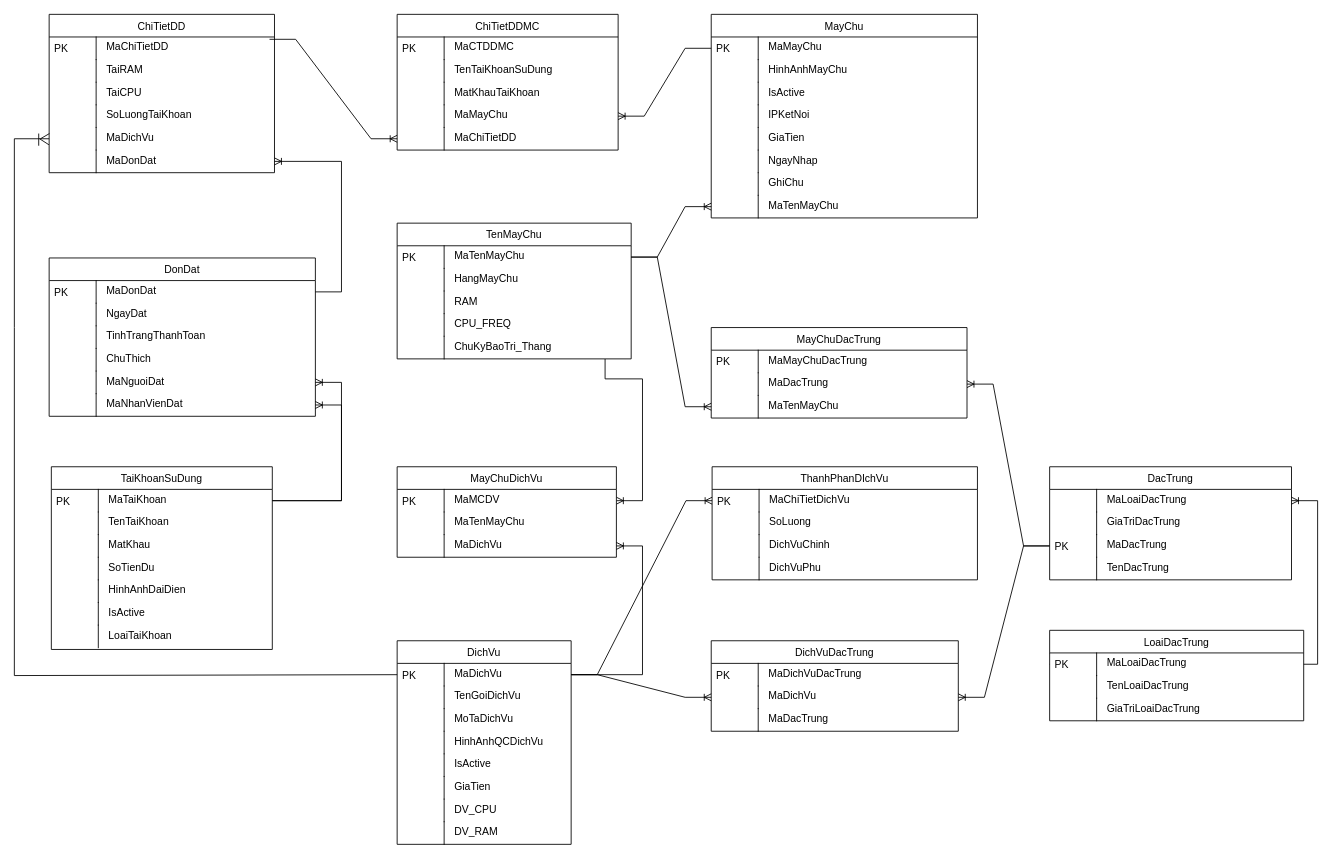
This is erd.drawio from frozenproof/dactaphanmem, a draw.io file, before an edit. Source tidied: cells renumbered, new cells numbered last; positions are measured from the earlier drawing's top-left corner, leaving out a move shared by most shapes. Both pictures are drawn from the tidied source at 87%, with x=0, y=0 at pixel (14, 14).
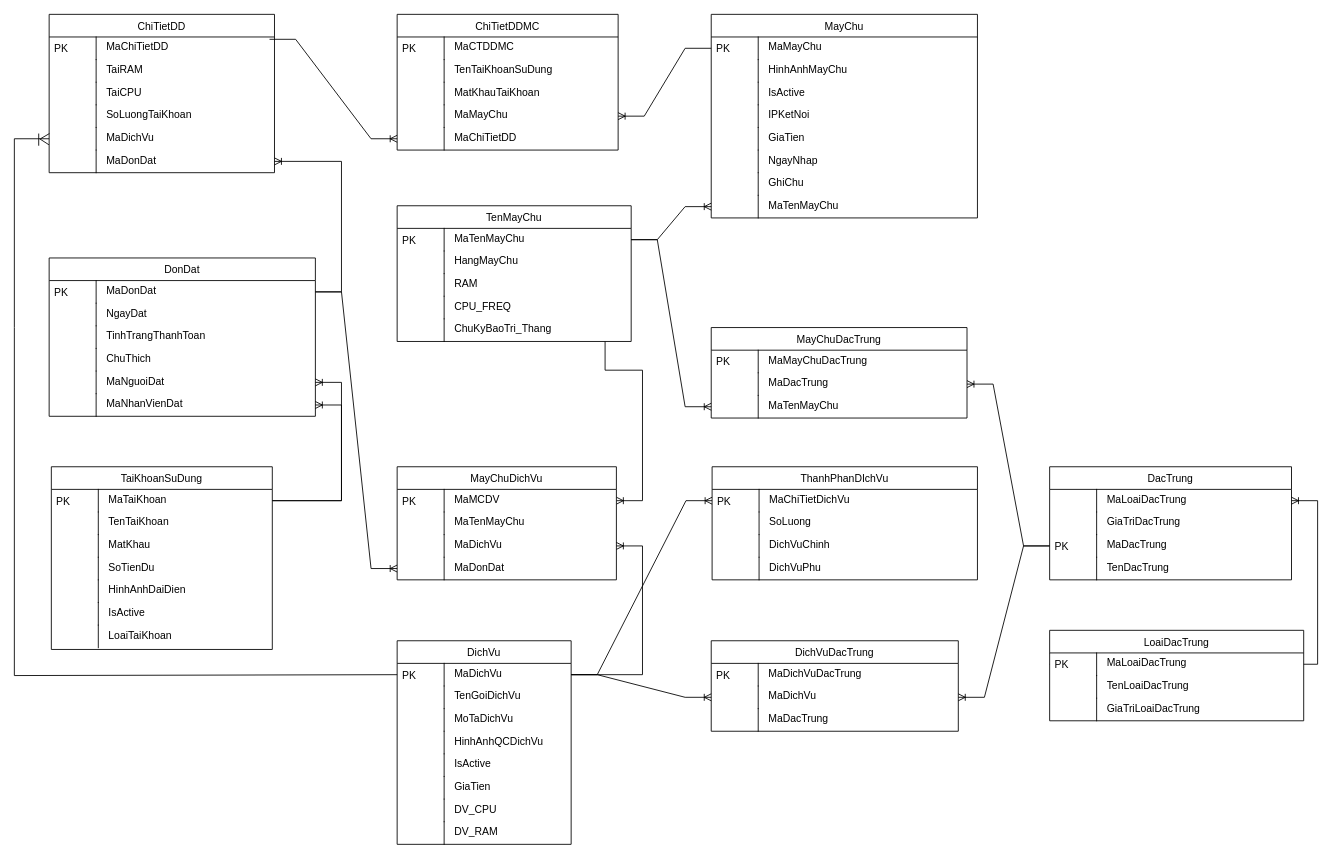
After the change.

Unchanged cells that the change refers to:
```xml
<mxCell id="4" value="MaDichVu" style="shape=partialRectangle;top=0;left=0;right=0;bottom=0;align=left;verticalAlign=top;spacingTop=-2;fillColor=none;spacingLeft=64;spacingRight=4;overflow=hidden;points=[[0,0.5],[1,0.5]];portConstraint=eastwest;" parent="3" vertex="1">
  <mxGeometry y="26" width="200" height="26" as="geometry" />
</mxCell>
<mxCell id="47" value="MaDonDat" style="shape=partialRectangle;top=0;left=0;right=0;bottom=0;align=left;verticalAlign=top;spacingTop=-2;fillColor=none;spacingLeft=64;spacingRight=4;overflow=hidden;points=[[0,0.5],[1,0.5]];portConstraint=eastwest;" parent="46" vertex="1">
  <mxGeometry y="26" width="306" height="26" as="geometry" />
</mxCell>
```

Change to the diagram source:
```diff
@@
     <mxCell id="35" value="TenMayChu" style="swimlane;fontStyle=0;horizontal=1;startSize=26;fillColor=default;swimlaneFillColor=default;align=center;" parent="1" vertex="1">
-      <mxGeometry x="440" y="240" width="269" height="156" as="geometry" />
+      <mxGeometry x="440" y="220" width="269" height="156" as="geometry" />
     </mxCell>
@@
     <mxCell id="68" value="MayChuDichVu" style="swimlane;fontStyle=0;horizontal=1;startSize=26;fillColor=default;swimlaneFillColor=default;align=center;" parent="1" vertex="1">
-      <mxGeometry x="440" y="520" width="252" height="104" as="geometry" />
+      <mxGeometry x="440" y="520" width="252" height="130" as="geometry" />
     </mxCell>
@@
+    <mxCell id="163" value="MaDichVu" style="shape=partialRectangle;top=0;left=0;right=0;bottom=0;align=left;verticalAlign=top;spacingTop=-2;fillColor=none;spacingLeft=64;spacingRight=4;overflow=hidden;points=[[0,0.5],[1,0.5]];portConstraint=eastwest;" parent="68" vertex="1">
+      <mxGeometry y="78" width="252" height="26" as="geometry" />
+    </mxCell>
+    <mxCell id="164" style="shape=partialRectangle;top=0;left=0;bottom=0;fillColor=none;align=left;verticalAlign=middle;spacingLeft=4;spacingRight=4;overflow=hidden;" parent="163" vertex="1">
+      <mxGeometry width="54" height="26" as="geometry" />
+    </mxCell>
-    <mxCell id="73" value="MaDichVu" style="shape=partialRectangle;top=0;left=0;right=0;bottom=0;align=left;verticalAlign=top;spacingTop=-2;fillColor=none;spacingLeft=64;spacingRight=4;overflow=hidden;points=[[0,0.5],[1,0.5]];portConstraint=eastwest;" parent="68" vertex="1">
-      <mxGeometry y="78" width="252" height="26" as="geometry" />
+    <mxCell id="73" value="MaDonDat" style="shape=partialRectangle;top=0;left=0;right=0;bottom=0;align=left;verticalAlign=top;spacingTop=-2;fillColor=none;spacingLeft=64;spacingRight=4;overflow=hidden;points=[[0,0.5],[1,0.5]];portConstraint=eastwest;" parent="68" vertex="1">
+      <mxGeometry y="104" width="252" height="26" as="geometry" />
     </mxCell>
@@
-    <mxCell id="159" style="edgeStyle=entityRelationEdgeStyle;fontSize=12;html=1;endArrow=ERoneToMany;rounded=0;exitX=1;exitY=0.5;exitDx=0;exitDy=0;" parent="1" edge="1" source="4" target="73">
+    <mxCell id="159" style="edgeStyle=entityRelationEdgeStyle;fontSize=12;html=1;endArrow=ERoneToMany;rounded=0;exitX=1;exitY=0.5;exitDx=0;exitDy=0;" parent="1" edge="1" source="4" target="163">
       <mxGeometry relative="1" as="geometry">
         <Array as="points">
           <mxPoint x="470" y="680" />
         </Array>
       </mxGeometry>
     </mxCell>
@@
+    <mxCell id="165" style="edgeStyle=entityRelationEdgeStyle;fontSize=12;html=1;endArrow=ERoneToMany;rounded=0;exitX=1;exitY=0.5;exitDx=0;exitDy=0;" parent="1" edge="1" source="47" target="73">
+      <mxGeometry relative="1" as="geometry" />
+    </mxCell>
```
